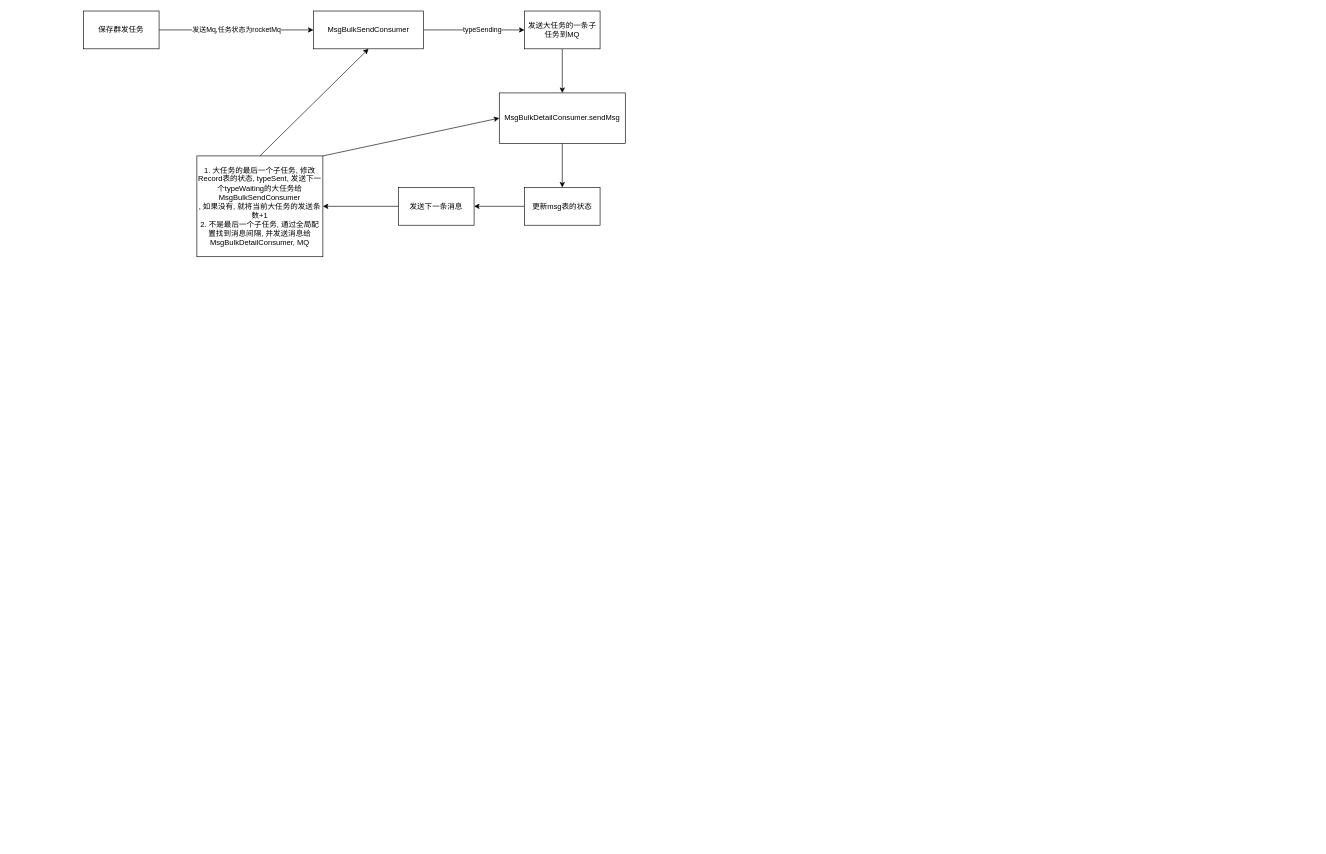
This is 群发多任务.drawio from 1819011603/-, a draw.io file, before an edit. Source tidied: cells renumbered, new cells numbered last; positions are measured from the earlier drawing's top-left corner, leaving out a move shared by most shapes. Both pictures are drawn from the tidied source at 63%, with x=0, y=0 at pixel (83, 11).
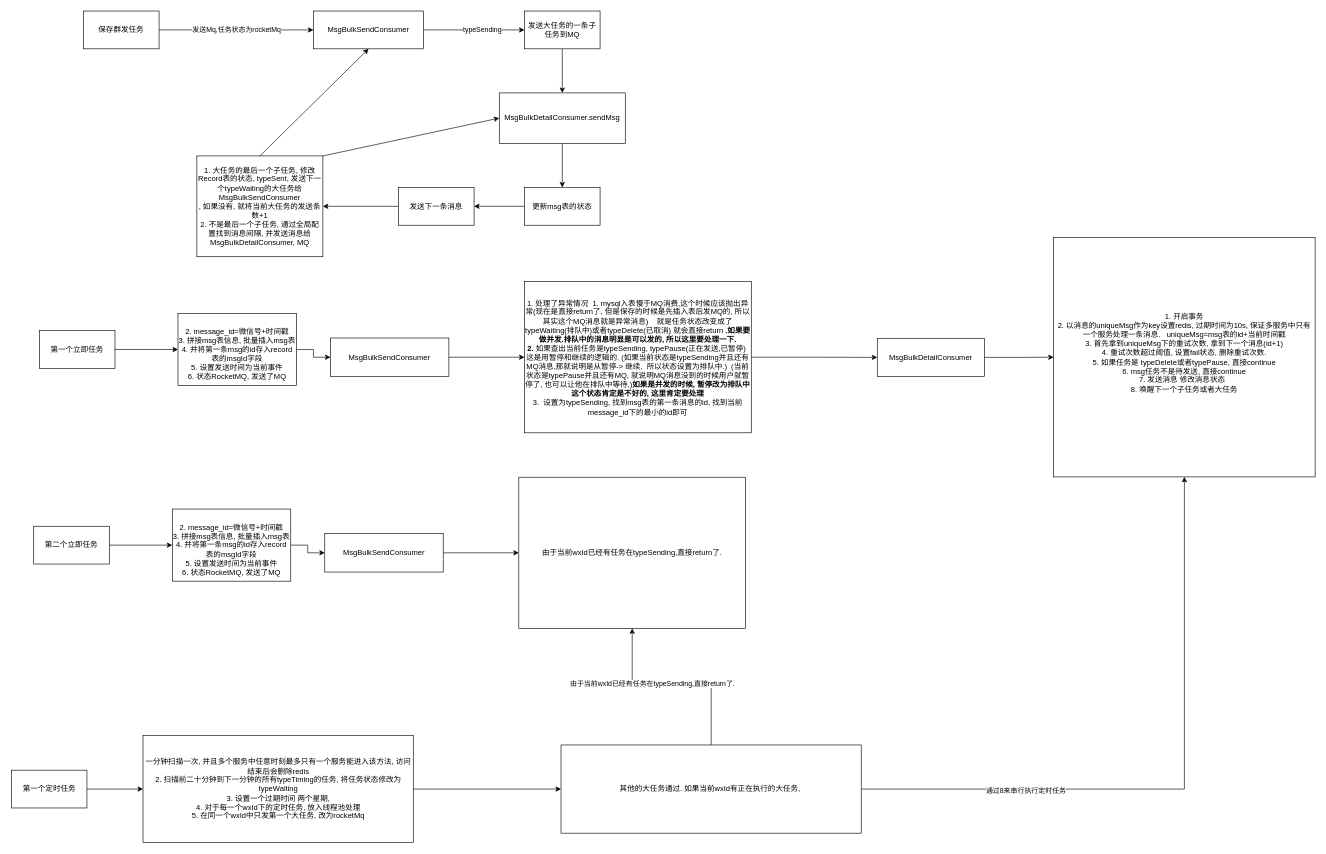
Above is the later version.

Commit message:
更新群发多任务.drawio

What changed in the source:
```diff
@@
+    <mxCell id="18" style="edgeStyle=orthogonalEdgeStyle;rounded=0;jettySize=auto;html=1;" parent="1" edge="1" source="19" target="21">
+      <mxGeometry relative="1" as="geometry" />
+    </mxCell>
+    <mxCell id="19" value="第一个立即任务" style="rounded=0;whiteSpace=wrap;html=1;" parent="1" vertex="1">
+      <mxGeometry x="-70" y="507.2" width="120" height="60" as="geometry" />
+    </mxCell>
+    <mxCell id="20" style="edgeStyle=orthogonalEdgeStyle;rounded=0;jettySize=auto;html=1;" parent="1" edge="1" source="21" target="23">
+      <mxGeometry relative="1" as="geometry" />
+    </mxCell>
+    <mxCell id="21" value="&lt;br&gt;2. message_id=微信号+时间戳&lt;br&gt;3. 拼接msg表信息, 批量插入msg表&lt;br&gt;4. 并将第一条msg的id存入record表的msgId字段&lt;br&gt;5. 设置发送时间为当前事件&lt;br&gt;6. 状态RocketMQ, 发送了MQ" style="whiteSpace=wrap;html=1;rounded=0;" parent="1" vertex="1">
+      <mxGeometry x="150" y="480" width="188" height="114.5" as="geometry" />
+    </mxCell>
+    <mxCell id="22" style="edgeStyle=orthogonalEdgeStyle;rounded=0;jettySize=auto;html=1;" parent="1" edge="1" source="23" target="25">
+      <mxGeometry relative="1" as="geometry" />
+    </mxCell>
+    <mxCell id="23" value="MsgBulkSendConsumer" style="whiteSpace=wrap;html=1;rounded=0;" parent="1" vertex="1">
+      <mxGeometry x="392" y="519" width="188" height="61" as="geometry" />
+    </mxCell>
+    <mxCell id="24" style="edgeStyle=orthogonalEdgeStyle;rounded=0;jettySize=auto;html=1;" parent="1" edge="1" source="25" target="34">
+      <mxGeometry relative="1" as="geometry" />
+    </mxCell>
+    <mxCell id="25" value="1. 处理了异常情况&amp;nbsp; 1. mysql入表慢于MQ消费,这个时候应该抛出异常(现在是直接return了, 但是保存的时候是先插入表后发MQ的, 所以其实这个MQ消息就是异常消息)&amp;nbsp; &amp;nbsp; 就是任务状态改变成了typeWaiting(排队中)或者typeDelete(已取消) 就会直接return &lt;b&gt;.如果要做并发.排队中的消息明显是可以发的, 所以这里要处理一下.&lt;br&gt;2. &lt;/b&gt;如果查出当前任务是typeSending,&amp;nbsp;typePause(正在发送,已暂停)&amp;nbsp; 这是用暂停和继续的逻辑的. (如果当前状态是typeSending并且还有MQ消息,那就说明是从暂停-&amp;gt; 继续,&amp;nbsp; 所以状态设置为排队中.)&amp;nbsp; (当前状态是typePause并且还有MQ, 就说明MQ消息没到的时候用户就暂停了, 也可以让他在排队中等待,)&lt;b&gt;如果是并发的时候, 暂停改为排队中这个状态肯定是不好的, 这里肯定要处理&lt;/b&gt;&lt;br&gt;3.&amp;nbsp; 设置为typeSending, 找到msg表的第一条消息的id, 找到当前message_id下的最小的id即可" style="whiteSpace=wrap;html=1;rounded=0;" parent="1" vertex="1">
+      <mxGeometry x="700" y="429.5" width="360" height="240" as="geometry" />
+    </mxCell>
+    <mxCell id="26" style="edgeStyle=orthogonalEdgeStyle;rounded=0;jettySize=auto;html=1;" parent="1" edge="1" source="27" target="29">
+      <mxGeometry relative="1" as="geometry" />
+    </mxCell>
+    <mxCell id="27" value="第二个立即任务" style="rounded=0;whiteSpace=wrap;html=1;" parent="1" vertex="1">
+      <mxGeometry x="-79" y="817.8" width="120" height="60" as="geometry" />
+    </mxCell>
+    <mxCell id="28" style="edgeStyle=orthogonalEdgeStyle;rounded=0;jettySize=auto;html=1;" parent="1" edge="1" source="29" target="31">
+      <mxGeometry relative="1" as="geometry" />
+    </mxCell>
+    <mxCell id="29" value="&lt;br&gt;2. message_id=微信号+时间戳&lt;br&gt;3. 拼接msg表信息, 批量插入msg表&lt;br&gt;4. 并将第一条msg的id存入record表的msgId字段&lt;br&gt;5. 设置发送时间为当前事件&lt;br&gt;6. 状态RocketMQ, 发送了MQ" style="whiteSpace=wrap;html=1;rounded=0;" parent="1" vertex="1">
+      <mxGeometry x="141" y="790.5" width="188" height="114.5" as="geometry" />
+    </mxCell>
+    <mxCell id="30" style="edgeStyle=orthogonalEdgeStyle;rounded=0;jettySize=auto;html=1;" parent="1" edge="1" source="31" target="32">
+      <mxGeometry relative="1" as="geometry" />
+    </mxCell>
+    <mxCell id="31" value="MsgBulkSendConsumer" style="whiteSpace=wrap;html=1;rounded=0;" parent="1" vertex="1">
+      <mxGeometry x="383" y="829.5" width="188" height="61" as="geometry" />
+    </mxCell>
+    <mxCell id="32" value="由于当前wxId已经有任务在typeSending,直接return了." style="whiteSpace=wrap;html=1;rounded=0;" parent="1" vertex="1">
+      <mxGeometry x="691" y="740" width="360" height="240" as="geometry" />
+    </mxCell>
+    <mxCell id="33" style="edgeStyle=orthogonalEdgeStyle;rounded=0;jettySize=auto;html=1;" parent="1" edge="1" source="34" target="35">
+      <mxGeometry relative="1" as="geometry" />
+    </mxCell>
+    <mxCell id="34" value="MsgBulkDetailConsumer" style="whiteSpace=wrap;html=1;rounded=0;" parent="1" vertex="1">
+      <mxGeometry x="1260" y="519.5" width="170" height="60.5" as="geometry" />
+    </mxCell>
+    <mxCell id="35" value="1. 开启事务&lt;br&gt;2. 以消息的uniqueMsg作为key设置redis, 过期时间为10s, 保证多服务中只有一个服务处理一条消息.&amp;nbsp; &amp;nbsp;uniqueMsg=msg表的id+当前时间戳&lt;br&gt;3. 首先拿到uniqueMsg下的重试次数, 拿到下一个消息(id+1)&lt;br&gt;4. 重试次数超过阈值, 设置fail状态, 删除重试次数.&lt;br&gt;5. 如果任务是&amp;nbsp;typeDelete或者typePause, 直接continue&lt;br&gt;6. msg任务不是待发送, 直接continue&lt;br&gt;&lt;span style=&quot;background-color: initial;&quot;&gt;7. 发送消息 修改消息状态&amp;nbsp;&amp;nbsp;&lt;br&gt;8. 唤醒下一个子任务或者大任务&lt;br&gt;&amp;nbsp; &amp;nbsp;&amp;nbsp;&lt;/span&gt;" style="whiteSpace=wrap;html=1;rounded=0;" parent="1" vertex="1">
+      <mxGeometry x="1540" y="359.5" width="415" height="380" as="geometry" />
+    </mxCell>
+    <mxCell id="36" style="edgeStyle=orthogonalEdgeStyle;rounded=0;jettySize=auto;html=1;" parent="1" edge="1" source="37" target="39">
+      <mxGeometry relative="1" as="geometry" />
+    </mxCell>
+    <mxCell id="37" value="第一个定时任务" style="rounded=0;whiteSpace=wrap;html=1;" parent="1" vertex="1">
+      <mxGeometry x="-114.5" y="1205" width="120" height="60" as="geometry" />
+    </mxCell>
+    <mxCell id="38" style="edgeStyle=orthogonalEdgeStyle;rounded=0;jettySize=auto;html=1;" parent="1" edge="1" source="39" target="44">
+      <mxGeometry relative="1" as="geometry" />
+    </mxCell>
+    <mxCell id="39" value="一分钟扫描一次, 并且多个服务中任意时刻最多只有一个服务能进入该方法, 访问结束后会删除redis&lt;br&gt;2. 扫描前二十分钟到下一分钟的所有typeTiming的任务, 将任务状态修改为typeWaiting&lt;br&gt;3. 设置一个过期时间 两个星期, &lt;br&gt;4. 对于每一个wxId下的定时任务, 放入线程池处理&lt;br&gt;5. 在同一个wxId中只发第一个大任务, 改为rocketMq" style="whiteSpace=wrap;html=1;rounded=0;" parent="1" vertex="1">
+      <mxGeometry x="94.5" y="1150" width="429" height="170" as="geometry" />
+    </mxCell>
+    <mxCell id="40" style="edgeStyle=orthogonalEdgeStyle;rounded=0;jettySize=auto;html=1;entryX=0.5;entryY=1;entryDx=0;entryDy=0;" parent="1" edge="1" source="44" target="35">
+      <mxGeometry relative="1" as="geometry" />
+    </mxCell>
+    <mxCell id="41" value="通过8来串行执行定时任务" style="edgeLabel;html=1;align=center;verticalAlign=middle;" parent="40" vertex="1">
+      <mxGeometry x="-0.48" y="-2" relative="1" as="geometry">
+        <mxPoint x="-1" as="offset" />
+      </mxGeometry>
+    </mxCell>
+    <mxCell id="42" style="edgeStyle=orthogonalEdgeStyle;rounded=0;jettySize=auto;html=1;" parent="1" edge="1" source="44" target="32">
+      <mxGeometry relative="1" as="geometry" />
+    </mxCell>
+    <mxCell id="43" value="由于当前wxId已经有任务在typeSending,直接return了." style="edgeLabel;html=1;align=center;verticalAlign=middle;" parent="42" vertex="1">
+      <mxGeometry x="0.19" y="-5" relative="1" as="geometry">
+        <mxPoint x="-1" as="offset" />
+      </mxGeometry>
+    </mxCell>
+    <mxCell id="44" value="其他的大任务通过. 如果当前wxId有正在执行的大任务,&amp;nbsp;" style="whiteSpace=wrap;html=1;rounded=0;" parent="1" vertex="1">
+      <mxGeometry x="758" y="1165" width="476.5" height="140" as="geometry" />
+    </mxCell>
```
